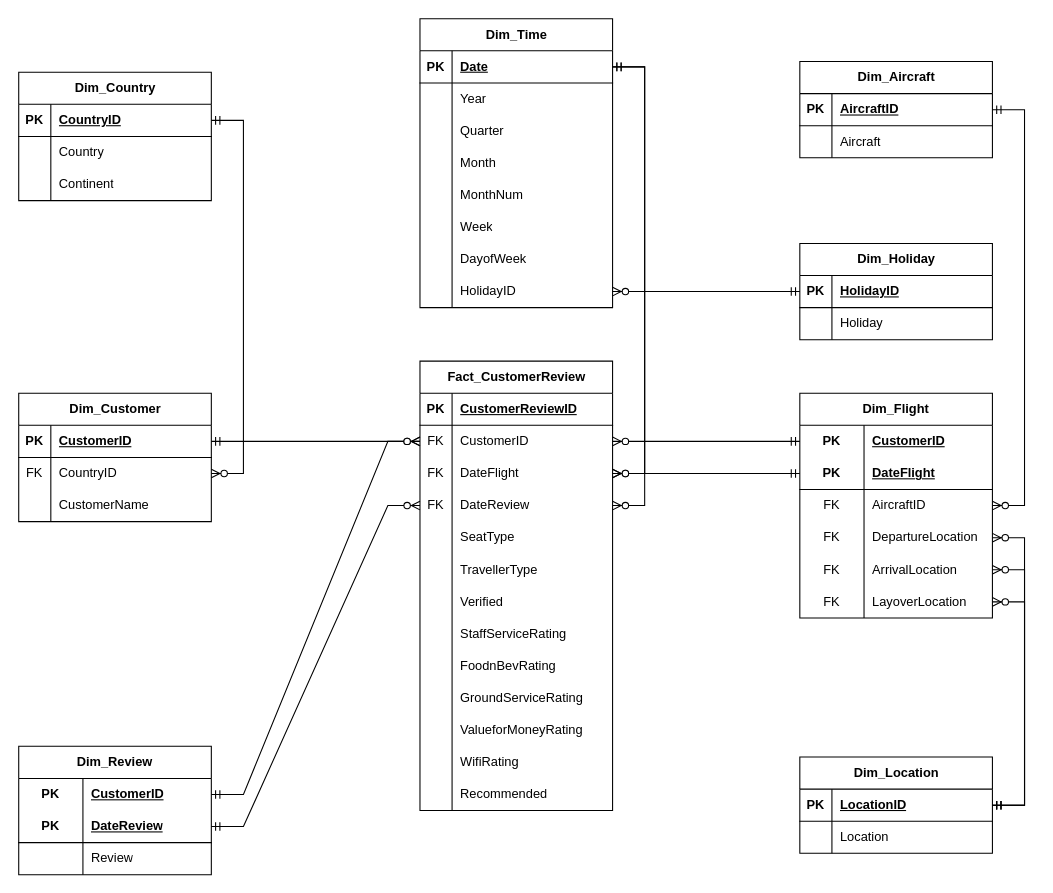
This is diagram/Schema.drawio from MarkPhamm/British-Airway, a draw.io file, before an edit. Source tidied: cells renumbered, new cells numbered last; positions are measured from the earlier drawing's top-left corner, leaving out a move shared by most shapes. Both pictures are drawn from the tidied source at 107%, with x=0, y=0 at pixel (18, 18).
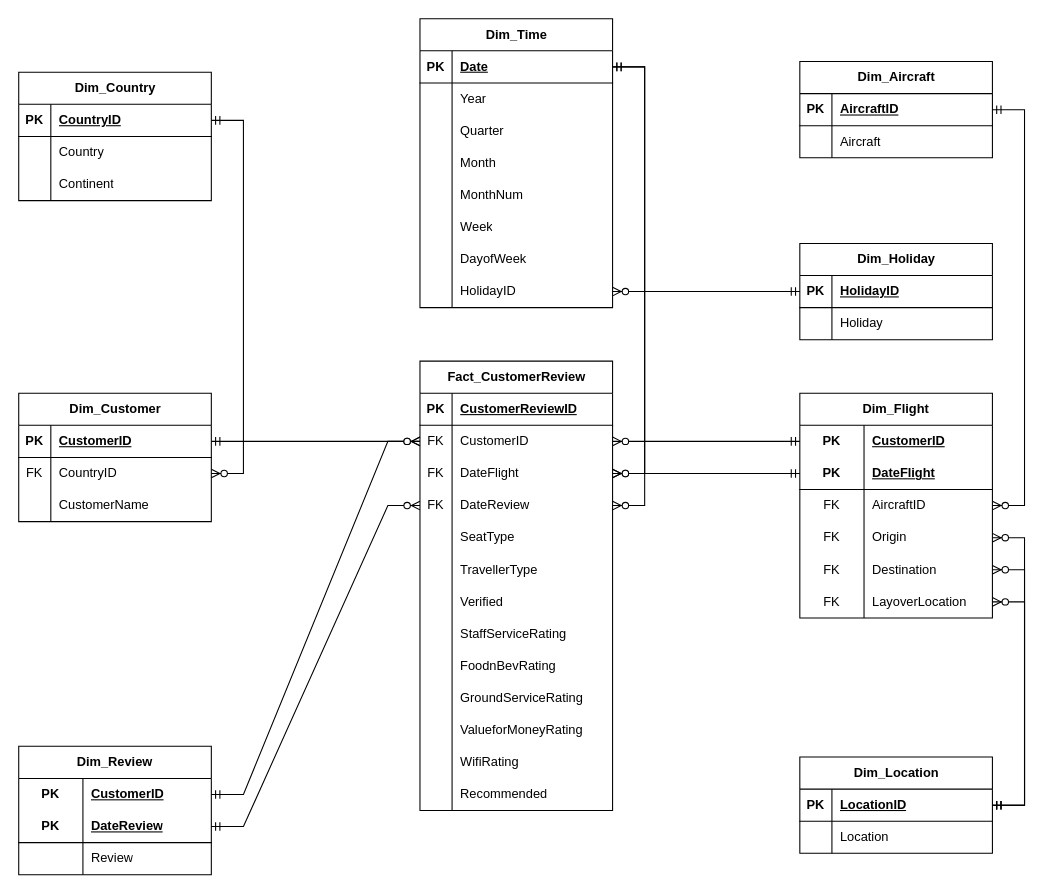
The same page after the edit.

The change refers to these unchanged cells:
```xml
<mxCell id="111" style="shape=tableRow;horizontal=0;startSize=0;swimlaneHead=0;swimlaneBody=0;fillColor=none;points=[[0,0.5],[1,0.5]];portConstraint=eastwest;top=0;left=0;right=0;bottom=0;html=1;" parent="101" vertex="1">
  <mxGeometry y="120" width="180" height="30" as="geometry" />
</mxCell>
<mxCell id="114" style="shape=tableRow;horizontal=0;startSize=0;swimlaneHead=0;swimlaneBody=0;fillColor=none;points=[[0,0.5],[1,0.5]];portConstraint=eastwest;top=0;left=0;right=0;bottom=0;html=1;" parent="101" vertex="1">
  <mxGeometry y="150" width="180" height="30" as="geometry" />
</mxCell>
```

The edit, as a diff of the source:
```diff
@@
-    <mxCell id="113" value="DepartureLocation" style="shape=partialRectangle;fillColor=none;top=0;left=0;bottom=0;right=0;align=left;spacingLeft=6;overflow=hidden;html=1;whiteSpace=wrap;" parent="111" vertex="1">
+    <mxCell id="113" value="Origin" style="shape=partialRectangle;fillColor=none;top=0;left=0;bottom=0;right=0;align=left;spacingLeft=6;overflow=hidden;html=1;whiteSpace=wrap;" parent="111" vertex="1">
       <mxGeometry x="60" width="120" height="30" as="geometry" />
     </mxCell>
@@
-    <mxCell id="116" value="ArrivalLocation" style="shape=partialRectangle;fillColor=none;top=0;left=0;bottom=0;right=0;align=left;spacingLeft=6;overflow=hidden;html=1;whiteSpace=wrap;" parent="114" vertex="1">
+    <mxCell id="116" value="Destination" style="shape=partialRectangle;fillColor=none;top=0;left=0;bottom=0;right=0;align=left;spacingLeft=6;overflow=hidden;html=1;whiteSpace=wrap;" parent="114" vertex="1">
       <mxGeometry x="60" width="120" height="30" as="geometry" />
     </mxCell>
```
